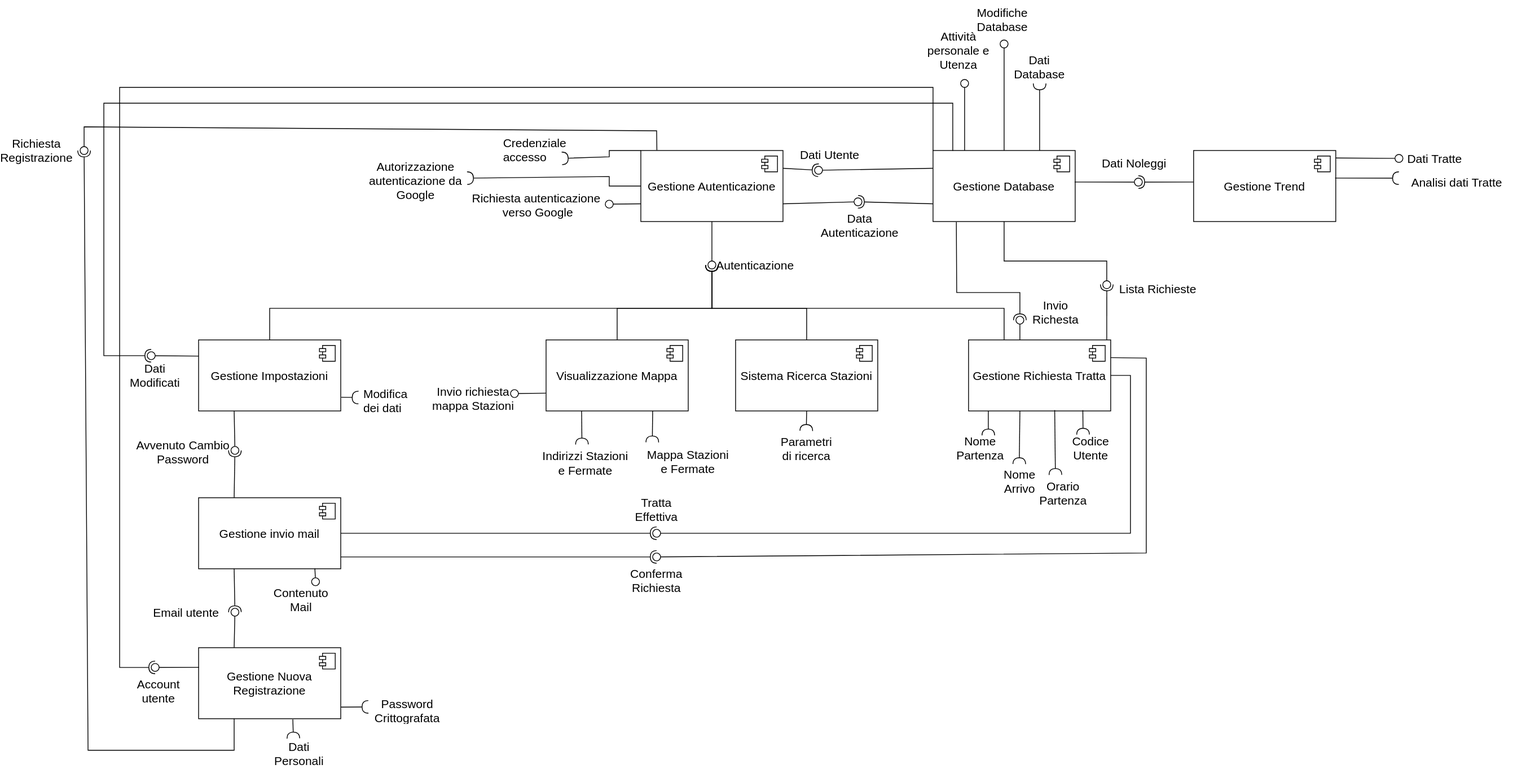
Earlier version of the draw.io export Diagramma dei componenti/DiagrammaComponenti.drawio.svg (ZenSan3/Progetto-Ingengeria-del-Software-Doc). Source tidied: cells renumbered, new cells last; positions are measured from the earlier drawing's top-left corner, leaving out a move shared by most shapes.
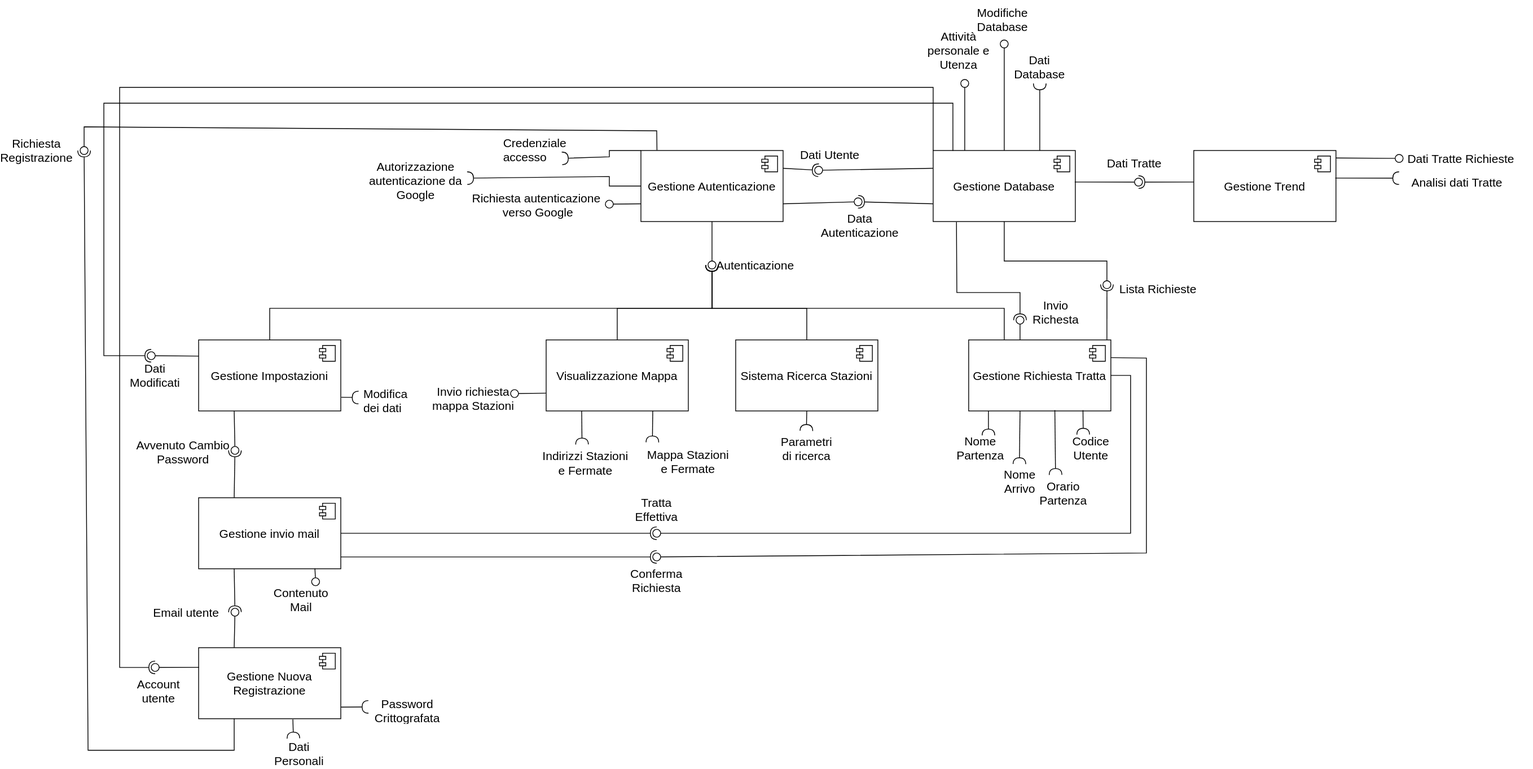
After the commit.

Commit message:
fixed error in components diagram

Diff of the diagram source:
```diff
@@ -72,7 +72,7 @@
       <mxGeometry x="1310" y="100" width="10" height="10" as="geometry" />
     </mxCell>
     <mxCell id="22" value="Dati Tratte Richieste" style="text;strokeColor=none;fillColor=none;align=left;verticalAlign=top;spacingLeft=4;spacingRight=4;overflow=hidden;whiteSpace=wrap;html=1;fontSize=15;" parent="1" vertex="1">
-      <mxGeometry x="1775" y="185" width="110" height="20" as="geometry" />
+      <mxGeometry x="1775" y="185" width="165" height="20" as="geometry" />
     </mxCell>
     <mxCell id="23" style="rounded=0;jettySize=auto;html=1;endArrow=oval;endFill=0;sketch=0;sourcePerimeterSpacing=0;targetPerimeterSpacing=0;endSize=10;exitX=0.5;exitY=0;exitDx=0;exitDy=0;entryX=0.622;entryY=0.817;entryDx=0;entryDy=0;entryPerimeter=0;" parent="1" edge="1" source="7" target="24">
       <mxGeometry relative="1" as="geometry" />
@@ -478,7 +478,7 @@
         <mxPoint x="-27" y="7" as="offset" />
       </mxGeometry>
     </mxCell>
-    <mxCell id="121" value="Dati Noleggi" style="text;html=1;whiteSpace=wrap;strokeColor=none;fillColor=none;align=center;verticalAlign=middle;rounded=0;fontSize=15;" parent="1" vertex="1">
+    <mxCell id="121" value="Dati Tratte" style="text;html=1;whiteSpace=wrap;strokeColor=none;fillColor=none;align=center;verticalAlign=middle;rounded=0;fontSize=15;" parent="1" vertex="1">
       <mxGeometry x="1390" y="191" width="90" height="30" as="geometry" />
     </mxCell>
     <mxCell id="122" style="rounded=0;jettySize=auto;html=1;endArrow=oval;endFill=0;sketch=0;sourcePerimeterSpacing=0;targetPerimeterSpacing=0;endSize=10;exitX=0.999;exitY=0.105;exitDx=0;exitDy=0;entryX=0.622;entryY=0.817;entryDx=0;entryDy=0;entryPerimeter=0;exitPerimeter=0;" parent="1" edge="1" source="119">
@@ -495,7 +495,7 @@
       <mxGeometry x="1270" y="60" width="90" height="40" as="geometry" />
     </mxCell>
     <mxCell id="125" value="&lt;font style=&quot;font-size: 15px;&quot;&gt;Analisi dati Tratte&lt;/font&gt;" style="text;strokeColor=none;fillColor=none;align=left;verticalAlign=top;spacingLeft=4;spacingRight=4;overflow=hidden;whiteSpace=wrap;html=1;fontSize=10;" parent="1" vertex="1">
-      <mxGeometry x="1780" y="215" width="140" height="20" as="geometry" />
+      <mxGeometry x="1780" y="215" width="130" height="20" as="geometry" />
     </mxCell>
   </root>
 </mxGraphModel>
```
